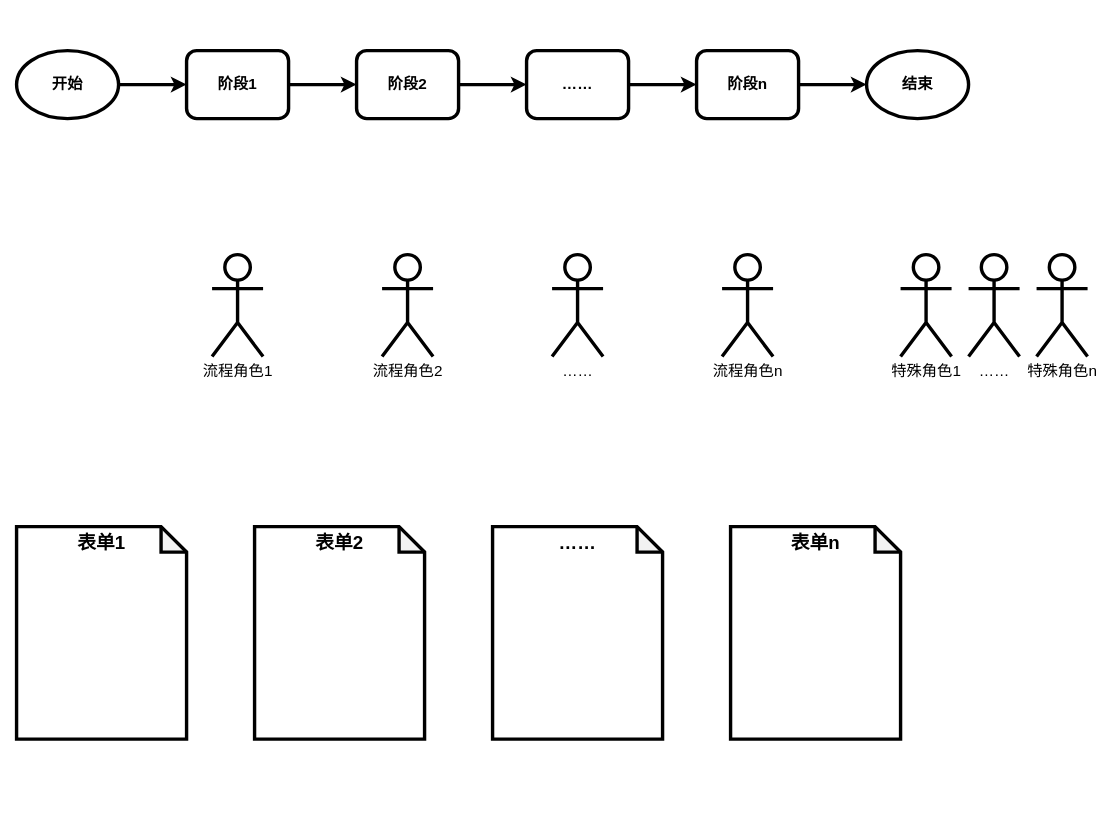
This is 系统业务基本结构.drawio from 806100963/draw.io, a draw.io file, before an edit. Source tidied: cells renumbered, new cells numbered last; positions are measured from the earlier drawing's top-left corner, leaving out a move shared by most shapes. Both pictures are drawn from the tidied source at 85%, with x=0, y=0 at pixel (16, 50).
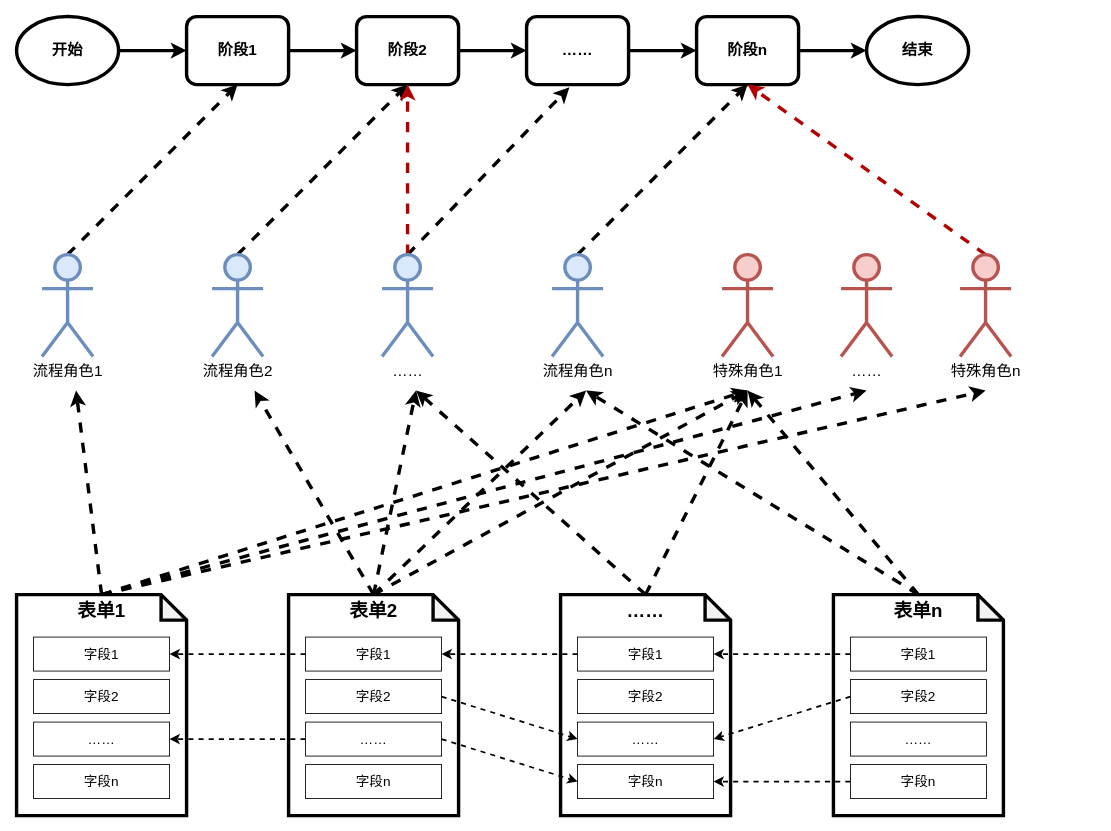
Above is the later version.

Commit message (it also covers changes not shown here):
Update 系统业务基本结构.drawio

Change to the diagram source:
```diff
@@
     <mxCell id="3" value="阶段1" style="rounded=1;whiteSpace=wrap;html=1;fontSize=18;fontStyle=1;strokeWidth=4;" parent="1" vertex="1">
-      <mxGeometry x="200" width="120" height="80" as="geometry" />
+      <mxGeometry x="200" y="-40" width="120" height="80" as="geometry" />
     </mxCell>
@@
     <mxCell id="5" value="开始" style="ellipse;whiteSpace=wrap;html=1;fontSize=18;fontStyle=1;strokeWidth=4;" parent="1" vertex="1">
-      <mxGeometry width="120" height="80" as="geometry" />
+      <mxGeometry y="-40" width="120" height="80" as="geometry" />
     </mxCell>
@@
     <mxCell id="7" value="阶段2" style="rounded=1;whiteSpace=wrap;html=1;fontSize=18;fontStyle=1;strokeWidth=4;" parent="1" vertex="1">
-      <mxGeometry x="400" width="120" height="80" as="geometry" />
+      <mxGeometry x="400" y="-40" width="120" height="80" as="geometry" />
     </mxCell>
@@
     <mxCell id="9" value="……" style="rounded=1;whiteSpace=wrap;html=1;fontSize=18;fontStyle=1;strokeWidth=4;" parent="1" vertex="1">
-      <mxGeometry x="600" width="120" height="80" as="geometry" />
+      <mxGeometry x="600" y="-40" width="120" height="80" as="geometry" />
     </mxCell>
@@
     <mxCell id="11" value="阶段n" style="rounded=1;whiteSpace=wrap;html=1;fontSize=18;fontStyle=1;strokeWidth=4;" parent="1" vertex="1">
-      <mxGeometry x="800" width="120" height="80" as="geometry" />
+      <mxGeometry x="800" y="-40" width="120" height="80" as="geometry" />
     </mxCell>
     <mxCell id="12" value="结束" style="ellipse;whiteSpace=wrap;html=1;fontSize=18;fontStyle=1;strokeWidth=4;" parent="1" vertex="1">
-      <mxGeometry x="1000" width="120" height="80" as="geometry" />
+      <mxGeometry x="1000" y="-40" width="120" height="80" as="geometry" />
     </mxCell>
-    <mxCell id="13" value="特殊角色1" style="shape=umlActor;verticalLabelPosition=bottom;verticalAlign=top;html=1;fontSize=18;strokeWidth=4;" parent="1" vertex="1">
-      <mxGeometry x="1040" y="240" width="60" height="120" as="geometry" />
+    <mxCell id="13" value="特殊角色1" style="shape=umlActor;verticalLabelPosition=bottom;verticalAlign=top;html=1;fontSize=18;strokeWidth=4;fillColor=#f8cecc;strokeColor=#b85450;" parent="1" vertex="1">
+      <mxGeometry x="830" y="240" width="60" height="120" as="geometry" />
     </mxCell>
+    <mxCell id="24" style="edgeStyle=none;rounded=0;jettySize=auto;html=1;exitX=0.5;exitY=0;exitDx=0;exitDy=0;exitPerimeter=0;entryX=0.5;entryY=1;entryDx=0;entryDy=0;dashed=1;fontSize=22;strokeWidth=4;fillColor=#e51400;strokeColor=#B20000;" parent="1" edge="1" source="14" target="11">
+      <mxGeometry relative="1" as="geometry" />
+    </mxCell>
-    <mxCell id="14" value="特殊角色n" style="shape=umlActor;verticalLabelPosition=bottom;verticalAlign=top;html=1;outlineConnect=0;fontSize=18;strokeWidth=4;" parent="1" vertex="1">
-      <mxGeometry x="1200" y="240" width="60" height="120" as="geometry" />
+    <mxCell id="14" value="特殊角色n" style="shape=umlActor;verticalLabelPosition=bottom;verticalAlign=top;html=1;outlineConnect=0;fontSize=18;strokeWidth=4;fillColor=#f8cecc;strokeColor=#b85450;" parent="1" vertex="1">
+      <mxGeometry x="1110" y="240" width="60" height="120" as="geometry" />
     </mxCell>
+    <mxCell id="25" style="rounded=0;jettySize=auto;html=1;exitX=0.5;exitY=0;exitDx=0;exitDy=0;exitPerimeter=0;entryX=0.5;entryY=1;entryDx=0;entryDy=0;fontSize=22;strokeWidth=4;dashed=1;" parent="1" edge="1" source="15" target="3">
+      <mxGeometry relative="1" as="geometry" />
+    </mxCell>
-    <mxCell id="15" value="流程角色1" style="shape=umlActor;verticalLabelPosition=bottom;verticalAlign=top;html=1;outlineConnect=0;fontSize=18;strokeWidth=4;" parent="1" vertex="1">
-      <mxGeometry x="230" y="240" width="60" height="120" as="geometry" />
+    <mxCell id="15" value="流程角色1" style="shape=umlActor;verticalLabelPosition=bottom;verticalAlign=top;html=1;outlineConnect=0;fontSize=18;strokeWidth=4;fillColor=#dae8fc;strokeColor=#6c8ebf;" parent="1" vertex="1">
+      <mxGeometry x="30" y="240" width="60" height="120" as="geometry" />
     </mxCell>
+    <mxCell id="26" style="edgeStyle=none;rounded=0;jettySize=auto;html=1;exitX=0.5;exitY=0;exitDx=0;exitDy=0;exitPerimeter=0;entryX=0.5;entryY=1;entryDx=0;entryDy=0;dashed=1;fontSize=22;strokeWidth=4;" parent="1" edge="1" source="16" target="7">
+      <mxGeometry relative="1" as="geometry" />
+    </mxCell>
-    <mxCell id="16" value="流程角色2" style="shape=umlActor;verticalLabelPosition=bottom;verticalAlign=top;html=1;outlineConnect=0;fontSize=18;strokeWidth=4;" parent="1" vertex="1">
-      <mxGeometry x="430" y="240" width="60" height="120" as="geometry" />
+    <mxCell id="16" value="流程角色2" style="shape=umlActor;verticalLabelPosition=bottom;verticalAlign=top;html=1;outlineConnect=0;fontSize=18;strokeWidth=4;fillColor=#dae8fc;strokeColor=#6c8ebf;" parent="1" vertex="1">
+      <mxGeometry x="230" y="240" width="60" height="120" as="geometry" />
     </mxCell>
+    <mxCell id="27" style="edgeStyle=none;rounded=0;jettySize=auto;html=1;exitX=0.5;exitY=0;exitDx=0;exitDy=0;exitPerimeter=0;entryX=0.42;entryY=1.039;entryDx=0;entryDy=0;entryPerimeter=0;dashed=1;fontSize=22;strokeWidth=4;" parent="1" edge="1" source="17" target="9">
+      <mxGeometry relative="1" as="geometry" />
+    </mxCell>
+    <mxCell id="28" style="edgeStyle=none;rounded=0;jettySize=auto;html=1;exitX=0.5;exitY=0;exitDx=0;exitDy=0;exitPerimeter=0;entryX=0.5;entryY=1;entryDx=0;entryDy=0;dashed=1;fontSize=22;strokeWidth=4;fillColor=#e51400;strokeColor=#B20000;" parent="1" edge="1" source="17" target="7">
+      <mxGeometry relative="1" as="geometry" />
+    </mxCell>
-    <mxCell id="17" value="……" style="shape=umlActor;verticalLabelPosition=bottom;verticalAlign=top;html=1;outlineConnect=0;fontSize=18;strokeWidth=4;" parent="1" vertex="1">
-      <mxGeometry x="630" y="240" width="60" height="120" as="geometry" />
+    <mxCell id="17" value="……" style="shape=umlActor;verticalLabelPosition=bottom;verticalAlign=top;html=1;outlineConnect=0;fontSize=18;strokeWidth=4;fillColor=#dae8fc;strokeColor=#6c8ebf;" parent="1" vertex="1">
+      <mxGeometry x="430" y="240" width="60" height="120" as="geometry" />
     </mxCell>
+    <mxCell id="29" style="edgeStyle=none;rounded=0;jettySize=auto;html=1;exitX=0.5;exitY=0;exitDx=0;exitDy=0;exitPerimeter=0;entryX=0.5;entryY=1;entryDx=0;entryDy=0;dashed=1;fontSize=22;strokeWidth=4;" parent="1" edge="1" source="18" target="11">
+      <mxGeometry relative="1" as="geometry" />
+    </mxCell>
-    <mxCell id="18" value="流程角色n" style="shape=umlActor;verticalLabelPosition=bottom;verticalAlign=top;html=1;outlineConnect=0;fontSize=18;strokeWidth=4;" parent="1" vertex="1">
-      <mxGeometry x="830" y="240" width="60" height="120" as="geometry" />
+    <mxCell id="18" value="流程角色n" style="shape=umlActor;verticalLabelPosition=bottom;verticalAlign=top;html=1;outlineConnect=0;fontSize=18;strokeWidth=4;fillColor=#dae8fc;strokeColor=#6c8ebf;" parent="1" vertex="1">
+      <mxGeometry x="630" y="240" width="60" height="120" as="geometry" />
     </mxCell>
-    <mxCell id="19" value="……" style="shape=umlActor;verticalLabelPosition=bottom;verticalAlign=top;html=1;fontSize=18;strokeWidth=4;" parent="1" vertex="1">
-      <mxGeometry x="1120" y="240" width="60" height="120" as="geometry" />
+    <mxCell id="19" value="……" style="shape=umlActor;verticalLabelPosition=bottom;verticalAlign=top;html=1;fontSize=18;strokeWidth=4;fillColor=#f8cecc;strokeColor=#b85450;" parent="1" vertex="1">
+      <mxGeometry x="970" y="240" width="60" height="120" as="geometry" />
     </mxCell>
+    <mxCell id="30" style="edgeStyle=none;rounded=0;jettySize=auto;html=1;exitX=0.5;exitY=0;exitDx=0;exitDy=0;exitPerimeter=0;dashed=1;fontSize=22;strokeWidth=4;" parent="1" edge="1" source="20">
+      <mxGeometry relative="1" as="geometry">
+        <mxPoint x="70" y="400" as="targetPoint" />
+      </mxGeometry>
+    </mxCell>
+    <mxCell id="31" style="edgeStyle=none;rounded=0;jettySize=auto;html=1;exitX=0.5;exitY=0;exitDx=0;exitDy=0;exitPerimeter=0;dashed=1;fontSize=22;strokeWidth=4;" parent="1" edge="1" source="20">
+      <mxGeometry relative="1" as="geometry">
+        <mxPoint x="860" y="400" as="targetPoint" />
+      </mxGeometry>
+    </mxCell>
+    <mxCell id="32" style="edgeStyle=none;rounded=0;jettySize=auto;html=1;exitX=0.5;exitY=0;exitDx=0;exitDy=0;exitPerimeter=0;dashed=1;fontSize=22;strokeWidth=4;" parent="1" edge="1" source="20">
+      <mxGeometry relative="1" as="geometry">
+        <mxPoint x="1000" y="400" as="targetPoint" />
+      </mxGeometry>
+    </mxCell>
+    <mxCell id="33" style="edgeStyle=none;rounded=0;jettySize=auto;html=1;exitX=0.5;exitY=0;exitDx=0;exitDy=0;exitPerimeter=0;dashed=1;fontSize=22;strokeWidth=4;" parent="1" edge="1" source="20">
+      <mxGeometry relative="1" as="geometry">
+        <mxPoint x="1140" y="400" as="targetPoint" />
+      </mxGeometry>
+    </mxCell>
     <mxCell id="20" value="表单1" style="shape=note;whiteSpace=wrap;html=1;backgroundOutline=1;darkOpacity=0.05;fontSize=22;strokeWidth=4;verticalAlign=top;fontStyle=1;" parent="1" vertex="1">
-      <mxGeometry y="560" width="200" height="250" as="geometry" />
+      <mxGeometry y="640" width="200" height="260" as="geometry" />
     </mxCell>
+    <mxCell id="34" style="edgeStyle=none;rounded=0;jettySize=auto;html=1;exitX=0.5;exitY=0;exitDx=0;exitDy=0;exitPerimeter=0;dashed=1;fontSize=22;strokeWidth=4;" parent="1" edge="1" source="21">
+      <mxGeometry relative="1" as="geometry">
+        <mxPoint x="280" y="400" as="targetPoint" />
+      </mxGeometry>
+    </mxCell>
+    <mxCell id="35" style="edgeStyle=none;rounded=0;jettySize=auto;html=1;exitX=0.5;exitY=0;exitDx=0;exitDy=0;exitPerimeter=0;dashed=1;fontSize=22;strokeWidth=4;" parent="1" edge="1" source="21">
+      <mxGeometry relative="1" as="geometry">
+        <mxPoint x="470" y="400" as="targetPoint" />
+      </mxGeometry>
+    </mxCell>
+    <mxCell id="36" style="edgeStyle=none;rounded=0;jettySize=auto;html=1;exitX=0.5;exitY=0;exitDx=0;exitDy=0;exitPerimeter=0;dashed=1;fontSize=22;strokeWidth=4;" parent="1" edge="1" source="21">
+      <mxGeometry relative="1" as="geometry">
+        <mxPoint x="670" y="400" as="targetPoint" />
+      </mxGeometry>
+    </mxCell>
+    <mxCell id="37" style="edgeStyle=none;rounded=0;jettySize=auto;html=1;exitX=0.5;exitY=0;exitDx=0;exitDy=0;exitPerimeter=0;dashed=1;fontSize=22;strokeWidth=4;" parent="1" edge="1" source="21">
+      <mxGeometry relative="1" as="geometry">
+        <mxPoint x="860" y="400" as="targetPoint" />
+      </mxGeometry>
+    </mxCell>
     <mxCell id="21" value="表单2" style="shape=note;whiteSpace=wrap;html=1;backgroundOutline=1;darkOpacity=0.05;fontSize=22;strokeWidth=4;verticalAlign=top;fontStyle=1;" parent="1" vertex="1">
-      <mxGeometry x="280" y="560" width="200" height="250" as="geometry" />
+      <mxGeometry x="320" y="640" width="200" height="260" as="geometry" />
     </mxCell>
+    <mxCell id="38" style="edgeStyle=none;rounded=0;jettySize=auto;html=1;exitX=0.5;exitY=0;exitDx=0;exitDy=0;exitPerimeter=0;dashed=1;fontSize=22;strokeWidth=4;" parent="1" edge="1" source="22">
+      <mxGeometry relative="1" as="geometry">
+        <mxPoint x="670" y="400" as="targetPoint" />
+      </mxGeometry>
+    </mxCell>
+    <mxCell id="39" style="edgeStyle=none;rounded=0;jettySize=auto;html=1;exitX=0.5;exitY=0;exitDx=0;exitDy=0;exitPerimeter=0;dashed=1;fontSize=22;strokeWidth=4;" parent="1" edge="1" source="22">
+      <mxGeometry relative="1" as="geometry">
+        <mxPoint x="860" y="400" as="targetPoint" />
+      </mxGeometry>
+    </mxCell>
     <mxCell id="22" value="表单n" style="shape=note;whiteSpace=wrap;html=1;backgroundOutline=1;darkOpacity=0.05;fontSize=22;strokeWidth=4;verticalAlign=top;fontStyle=1;" parent="1" vertex="1">
-      <mxGeometry x="840" y="560" width="200" height="250" as="geometry" />
+      <mxGeometry x="961" y="640" width="200" height="260" as="geometry" />
     </mxCell>
+    <mxCell id="40" style="edgeStyle=none;rounded=0;jettySize=auto;html=1;exitX=0.5;exitY=0;exitDx=0;exitDy=0;exitPerimeter=0;dashed=1;fontSize=22;strokeWidth=4;" parent="1" edge="1" source="23">
+      <mxGeometry relative="1" as="geometry">
+        <mxPoint x="470" y="400" as="targetPoint" />
+      </mxGeometry>
+    </mxCell>
+    <mxCell id="41" style="edgeStyle=none;rounded=0;jettySize=auto;html=1;exitX=0.5;exitY=0;exitDx=0;exitDy=0;exitPerimeter=0;dashed=1;fontSize=22;strokeWidth=4;" parent="1" edge="1" source="23">
+      <mxGeometry relative="1" as="geometry">
+        <mxPoint x="860" y="400" as="targetPoint" />
+      </mxGeometry>
+    </mxCell>
     <mxCell id="23" value="……" style="shape=note;whiteSpace=wrap;html=1;backgroundOutline=1;darkOpacity=0.05;fontSize=22;strokeWidth=4;verticalAlign=top;fontStyle=1;" parent="1" vertex="1">
-      <mxGeometry x="560" y="560" width="200" height="250" as="geometry" />
+      <mxGeometry x="640" y="640" width="200" height="260" as="geometry" />
     </mxCell>
+    <mxCell id="42" value="字段1" style="rounded=0;whiteSpace=wrap;html=1;fontSize=16;strokeWidth=1;" parent="1" vertex="1">
+      <mxGeometry x="20" y="690" width="160" height="40" as="geometry" />
+    </mxCell>
+    <mxCell id="43" value="字段2" style="rounded=0;whiteSpace=wrap;html=1;fontSize=16;strokeWidth=1;" parent="1" vertex="1">
+      <mxGeometry x="20" y="740" width="160" height="40" as="geometry" />
+    </mxCell>
+    <mxCell id="44" value="……" style="rounded=0;whiteSpace=wrap;html=1;fontSize=16;strokeWidth=1;" parent="1" vertex="1">
+      <mxGeometry x="20" y="790" width="160" height="40" as="geometry" />
+    </mxCell>
+    <mxCell id="45" value="字段n" style="rounded=0;whiteSpace=wrap;html=1;fontSize=16;strokeWidth=1;" parent="1" vertex="1">
+      <mxGeometry x="20" y="840" width="160" height="40" as="geometry" />
+    </mxCell>
+    <mxCell id="46" style="edgeStyle=none;rounded=0;jettySize=auto;html=1;exitX=0;exitY=0.5;exitDx=0;exitDy=0;entryX=1;entryY=0.5;entryDx=0;entryDy=0;dashed=1;fontSize=16;strokeWidth=2;" parent="1" edge="1" source="47" target="42">
+      <mxGeometry relative="1" as="geometry" />
+    </mxCell>
+    <mxCell id="47" value="字段1" style="rounded=0;whiteSpace=wrap;html=1;fontSize=16;strokeWidth=1;" parent="1" vertex="1">
+      <mxGeometry x="340" y="690" width="160" height="40" as="geometry" />
+    </mxCell>
+    <mxCell id="48" style="edgeStyle=none;rounded=0;jettySize=auto;html=1;exitX=1;exitY=0.5;exitDx=0;exitDy=0;entryX=0;entryY=0.5;entryDx=0;entryDy=0;dashed=1;fontSize=16;strokeWidth=2;" parent="1" edge="1" source="49" target="57">
+      <mxGeometry relative="1" as="geometry" />
+    </mxCell>
+    <mxCell id="49" value="字段2" style="rounded=0;whiteSpace=wrap;html=1;fontSize=16;strokeWidth=1;" parent="1" vertex="1">
+      <mxGeometry x="340" y="740" width="160" height="40" as="geometry" />
+    </mxCell>
+    <mxCell id="50" style="edgeStyle=none;rounded=0;jettySize=auto;html=1;exitX=0;exitY=0.5;exitDx=0;exitDy=0;entryX=1;entryY=0.5;entryDx=0;entryDy=0;dashed=1;fontSize=16;strokeWidth=2;" parent="1" edge="1" source="52" target="44">
+      <mxGeometry relative="1" as="geometry" />
+    </mxCell>
+    <mxCell id="51" style="edgeStyle=none;rounded=0;jettySize=auto;html=1;exitX=1;exitY=0.5;exitDx=0;exitDy=0;entryX=0;entryY=0.5;entryDx=0;entryDy=0;dashed=1;fontSize=16;strokeWidth=2;" parent="1" edge="1" source="52" target="58">
+      <mxGeometry relative="1" as="geometry" />
+    </mxCell>
+    <mxCell id="52" value="……" style="rounded=0;whiteSpace=wrap;html=1;fontSize=16;strokeWidth=1;" parent="1" vertex="1">
+      <mxGeometry x="340" y="790" width="160" height="40" as="geometry" />
+    </mxCell>
+    <mxCell id="53" value="字段n" style="rounded=0;whiteSpace=wrap;html=1;fontSize=16;strokeWidth=1;" parent="1" vertex="1">
+      <mxGeometry x="340" y="840" width="160" height="40" as="geometry" />
+    </mxCell>
+    <mxCell id="54" style="edgeStyle=none;rounded=0;jettySize=auto;html=1;exitX=0;exitY=0.5;exitDx=0;exitDy=0;entryX=1;entryY=0.5;entryDx=0;entryDy=0;dashed=1;fontSize=16;strokeWidth=2;" parent="1" edge="1" source="55" target="47">
+      <mxGeometry relative="1" as="geometry" />
+    </mxCell>
+    <mxCell id="55" value="字段1" style="rounded=0;whiteSpace=wrap;html=1;fontSize=16;strokeWidth=1;" parent="1" vertex="1">
+      <mxGeometry x="660" y="690" width="160" height="40" as="geometry" />
+    </mxCell>
+    <mxCell id="56" value="字段2" style="rounded=0;whiteSpace=wrap;html=1;fontSize=16;strokeWidth=1;" parent="1" vertex="1">
+      <mxGeometry x="660" y="740" width="160" height="40" as="geometry" />
+    </mxCell>
+    <mxCell id="57" value="……" style="rounded=0;whiteSpace=wrap;html=1;fontSize=16;strokeWidth=1;" parent="1" vertex="1">
+      <mxGeometry x="660" y="790" width="160" height="40" as="geometry" />
+    </mxCell>
+    <mxCell id="58" value="字段n" style="rounded=0;whiteSpace=wrap;html=1;fontSize=16;strokeWidth=1;" parent="1" vertex="1">
+      <mxGeometry x="660" y="840" width="160" height="40" as="geometry" />
+    </mxCell>
+    <mxCell id="59" style="edgeStyle=none;rounded=0;jettySize=auto;html=1;exitX=0;exitY=0.5;exitDx=0;exitDy=0;entryX=1;entryY=0.5;entryDx=0;entryDy=0;dashed=1;fontSize=16;strokeWidth=2;" parent="1" edge="1" source="60" target="55">
+      <mxGeometry relative="1" as="geometry" />
+    </mxCell>
+    <mxCell id="60" value="字段1" style="rounded=0;whiteSpace=wrap;html=1;fontSize=16;strokeWidth=1;" parent="1" vertex="1">
+      <mxGeometry x="981" y="690" width="160" height="40" as="geometry" />
+    </mxCell>
+    <mxCell id="61" style="edgeStyle=none;rounded=0;jettySize=auto;html=1;exitX=0;exitY=0.5;exitDx=0;exitDy=0;entryX=1;entryY=0.5;entryDx=0;entryDy=0;dashed=1;fontSize=16;strokeWidth=2;" parent="1" edge="1" source="62" target="57">
+      <mxGeometry relative="1" as="geometry" />
+    </mxCell>
+    <mxCell id="62" value="字段2" style="rounded=0;whiteSpace=wrap;html=1;fontSize=16;strokeWidth=1;" parent="1" vertex="1">
+      <mxGeometry x="981" y="740" width="160" height="40" as="geometry" />
+    </mxCell>
+    <mxCell id="63" value="……" style="rounded=0;whiteSpace=wrap;html=1;fontSize=16;strokeWidth=1;" parent="1" vertex="1">
+      <mxGeometry x="981" y="790" width="160" height="40" as="geometry" />
+    </mxCell>
+    <mxCell id="64" style="edgeStyle=none;rounded=0;jettySize=auto;html=1;exitX=0;exitY=0.5;exitDx=0;exitDy=0;dashed=1;fontSize=16;strokeWidth=2;" parent="1" edge="1" source="65" target="58">
+      <mxGeometry relative="1" as="geometry" />
+    </mxCell>
+    <mxCell id="65" value="字段n" style="rounded=0;whiteSpace=wrap;html=1;fontSize=16;strokeWidth=1;" parent="1" vertex="1">
+      <mxGeometry x="981" y="840" width="160" height="40" as="geometry" />
+    </mxCell>
```
